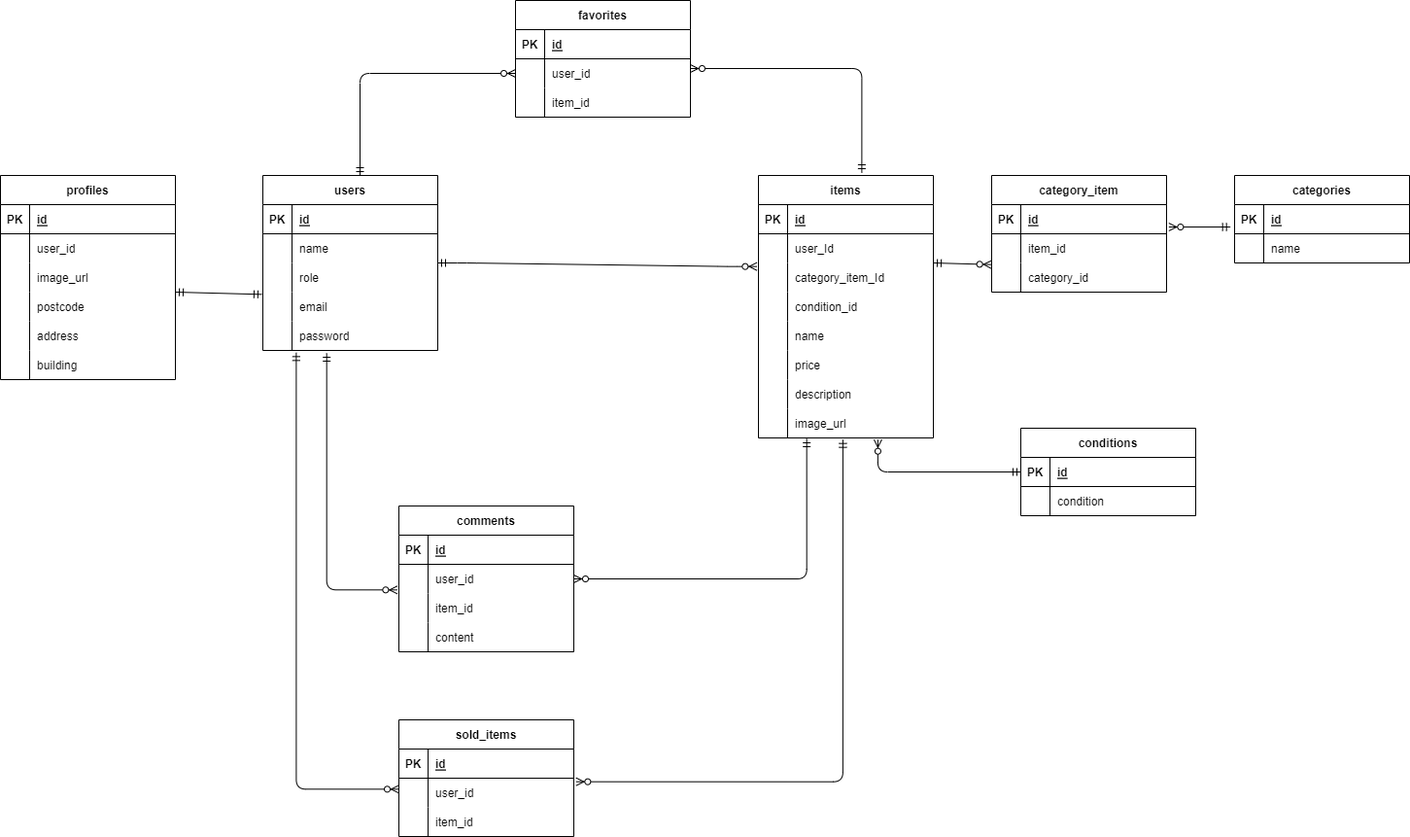
This is app.drawio.png from hashi6013/market-form, a draw.io export, as it was before one commit. Source tidied: cells renumbered, new cells last; positions are measured from the earlier drawing's top-left corner, leaving out a move shared by most shapes.
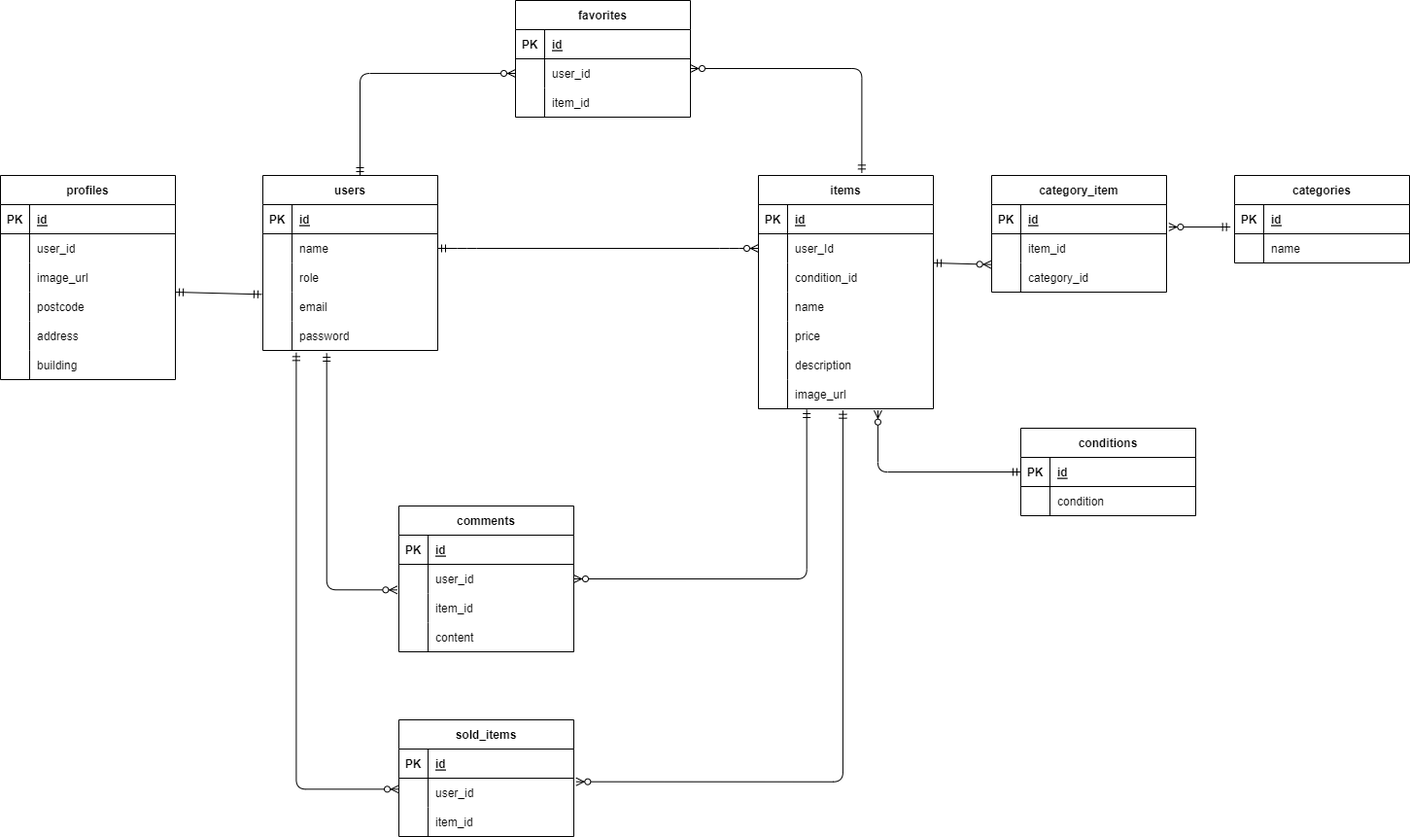
After the commit.

Diff of the diagram source:
```diff
@@ -108,7 +108,7 @@
       <mxGeometry x="30" width="150" height="30" as="geometry" />
     </mxCell>
     <mxCell id="37" value="items" style="shape=table;startSize=30;rowLines=0;fontStyle=1;align=center;" parent="1" vertex="1">
-      <mxGeometry x="780" y="180" width="180" height="270" as="geometry" />
+      <mxGeometry x="780" y="180" width="180" height="240" as="geometry" />
     </mxCell>
     <mxCell id="38" style="shape=tableRow;horizontal=0;startSize=0;swimlaneHead=0;swimlaneBody=0;fillColor=none;top=0;left=0;right=0;bottom=1;" parent="37" vertex="1">
       <mxGeometry y="30" width="180" height="30" as="geometry" />
@@ -128,17 +128,8 @@
     <mxCell id="43" value="user_Id" style="shape=partialRectangle;fillColor=none;top=0;left=0;bottom=0;right=0;align=left;spacingLeft=6;overflow=hidden;" parent="41" vertex="1">
       <mxGeometry x="30" width="150" height="30" as="geometry" />
     </mxCell>
-    <mxCell id="44" style="shape=tableRow;horizontal=0;startSize=0;swimlaneHead=0;swimlaneBody=0;fillColor=none;points=[[0,0.5],[1,0.5]];portConstraint=eastwest;top=0;left=0;right=0;bottom=0;" parent="37" vertex="1">
-      <mxGeometry y="90" width="180" height="30" as="geometry" />
-    </mxCell>
-    <mxCell id="45" style="shape=partialRectangle;fillColor=none;top=0;left=0;bottom=0;right=0;overflow=hidden;" parent="44" vertex="1">
-      <mxGeometry width="30" height="30" as="geometry" />
-    </mxCell>
-    <mxCell id="46" value="category_item_Id" style="shape=partialRectangle;fillColor=none;top=0;left=0;bottom=0;right=0;align=left;spacingLeft=6;overflow=hidden;" parent="44" vertex="1">
-      <mxGeometry x="30" width="150" height="30" as="geometry" />
-    </mxCell>
     <mxCell id="47" style="shape=tableRow;horizontal=0;startSize=0;swimlaneHead=0;swimlaneBody=0;fillColor=none;top=0;left=0;right=0;bottom=0;" parent="37" vertex="1">
-      <mxGeometry y="120" width="180" height="30" as="geometry" />
+      <mxGeometry y="90" width="180" height="30" as="geometry" />
     </mxCell>
     <mxCell id="48" style="shape=partialRectangle;fillColor=none;top=0;left=0;bottom=0;right=0;overflow=hidden;" parent="47" vertex="1">
       <mxGeometry width="30" height="30" as="geometry" />
@@ -147,7 +138,7 @@
       <mxGeometry x="30" width="150" height="30" as="geometry" />
     </mxCell>
     <mxCell id="50" style="shape=tableRow;horizontal=0;startSize=0;swimlaneHead=0;swimlaneBody=0;fillColor=none;top=0;left=0;right=0;bottom=0;" parent="37" vertex="1">
-      <mxGeometry y="150" width="180" height="30" as="geometry" />
+      <mxGeometry y="120" width="180" height="30" as="geometry" />
     </mxCell>
     <mxCell id="51" style="shape=partialRectangle;fillColor=none;top=0;left=0;bottom=0;right=0;overflow=hidden;" parent="50" vertex="1">
       <mxGeometry width="30" height="30" as="geometry" />
@@ -156,7 +147,7 @@
       <mxGeometry x="30" width="150" height="30" as="geometry" />
     </mxCell>
     <mxCell id="53" style="shape=tableRow;horizontal=0;startSize=0;swimlaneHead=0;swimlaneBody=0;fillColor=none;top=0;left=0;right=0;bottom=0;" parent="37" vertex="1">
-      <mxGeometry y="180" width="180" height="30" as="geometry" />
+      <mxGeometry y="150" width="180" height="30" as="geometry" />
     </mxCell>
     <mxCell id="54" style="shape=partialRectangle;fillColor=none;top=0;left=0;bottom=0;right=0;overflow=hidden;" parent="53" vertex="1">
       <mxGeometry width="30" height="30" as="geometry" />
@@ -165,7 +156,7 @@
       <mxGeometry x="30" width="150" height="30" as="geometry" />
     </mxCell>
     <mxCell id="56" style="shape=tableRow;horizontal=0;startSize=0;swimlaneHead=0;swimlaneBody=0;fillColor=none;top=0;left=0;right=0;bottom=0;" parent="37" vertex="1">
-      <mxGeometry y="210" width="180" height="30" as="geometry" />
+      <mxGeometry y="180" width="180" height="30" as="geometry" />
     </mxCell>
     <mxCell id="57" style="shape=partialRectangle;fillColor=none;top=0;left=0;bottom=0;right=0;overflow=hidden;" parent="56" vertex="1">
       <mxGeometry width="30" height="30" as="geometry" />
@@ -174,7 +165,7 @@
       <mxGeometry x="30" width="150" height="30" as="geometry" />
     </mxCell>
     <mxCell id="59" style="shape=tableRow;horizontal=0;startSize=0;swimlaneHead=0;swimlaneBody=0;fillColor=none;points=[[0,0.5],[1,0.5]];portConstraint=eastwest;top=0;left=0;right=0;bottom=0;" parent="37" vertex="1">
-      <mxGeometry y="240" width="180" height="30" as="geometry" />
+      <mxGeometry y="210" width="180" height="30" as="geometry" />
     </mxCell>
     <mxCell id="60" style="shape=partialRectangle;fillColor=none;top=0;left=0;bottom=0;right=0;overflow=hidden;" parent="59" vertex="1">
       <mxGeometry width="30" height="30" as="geometry" />
@@ -320,7 +311,7 @@
         </Array>
       </mxGeometry>
     </mxCell>
-    <mxCell id="105" style="edgeStyle=entityRelationEdgeStyle;fontSize=12;html=1;endArrow=ERzeroToMany;startArrow=ERmandOne;entryX=-0.009;entryY=0.122;entryDx=0;entryDy=0;entryPerimeter=0;" parent="1" edge="1" target="44">
+    <mxCell id="105" style="edgeStyle=entityRelationEdgeStyle;fontSize=12;html=1;endArrow=ERzeroToMany;startArrow=ERmandOne;entryX=-0.009;entryY=0.122;entryDx=0;entryDy=0;entryPerimeter=0;" parent="1" edge="1" target="x">
       <mxGeometry relative="1" as="geometry">
         <mxPoint x="450" y="270" as="sourcePoint" />
       </mxGeometry>
@@ -416,5 +407,8 @@
         <mxPoint x="960" y="270" as="sourcePoint" />
       </mxGeometry>
     </mxCell>
+    <mxCell id="130" style="edgeStyle=entityRelationEdgeStyle;fontSize=12;html=1;endArrow=ERzeroToMany;startArrow=ERmandOne;exitX=1;exitY=0.5;exitDx=0;exitDy=0;entryX=0;entryY=0.5;entryDx=0;entryDy=0;" parent="1" edge="1" source="6" target="41">
+      <mxGeometry relative="1" as="geometry" />
+    </mxCell>
   </root>
 </mxGraphModel>
```
